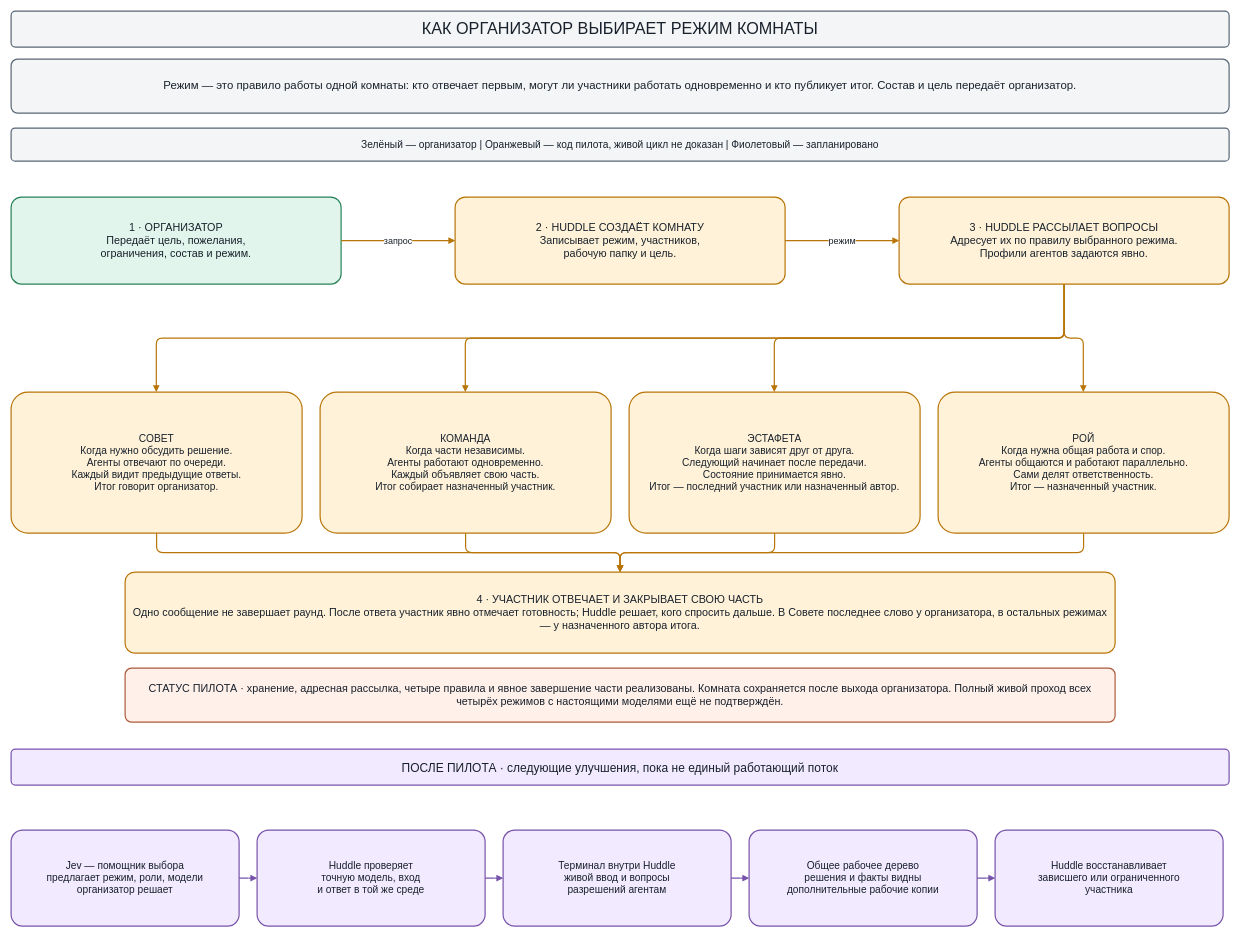
The draw.io diagram page "2 · Четыре режима и развитие" (2 of 2) of research/huddle-flow-20260923.drawio in kolotovalexander/mcp-huddle, before the edit. Source tidied: cells renumbered, new cells numbered last; positions are measured from the earlier drawing's top-left corner, leaving out a move shared by most shapes. Both pictures are drawn from the tidied source at 60%, with x=0, y=0 at pixel (11, 11).
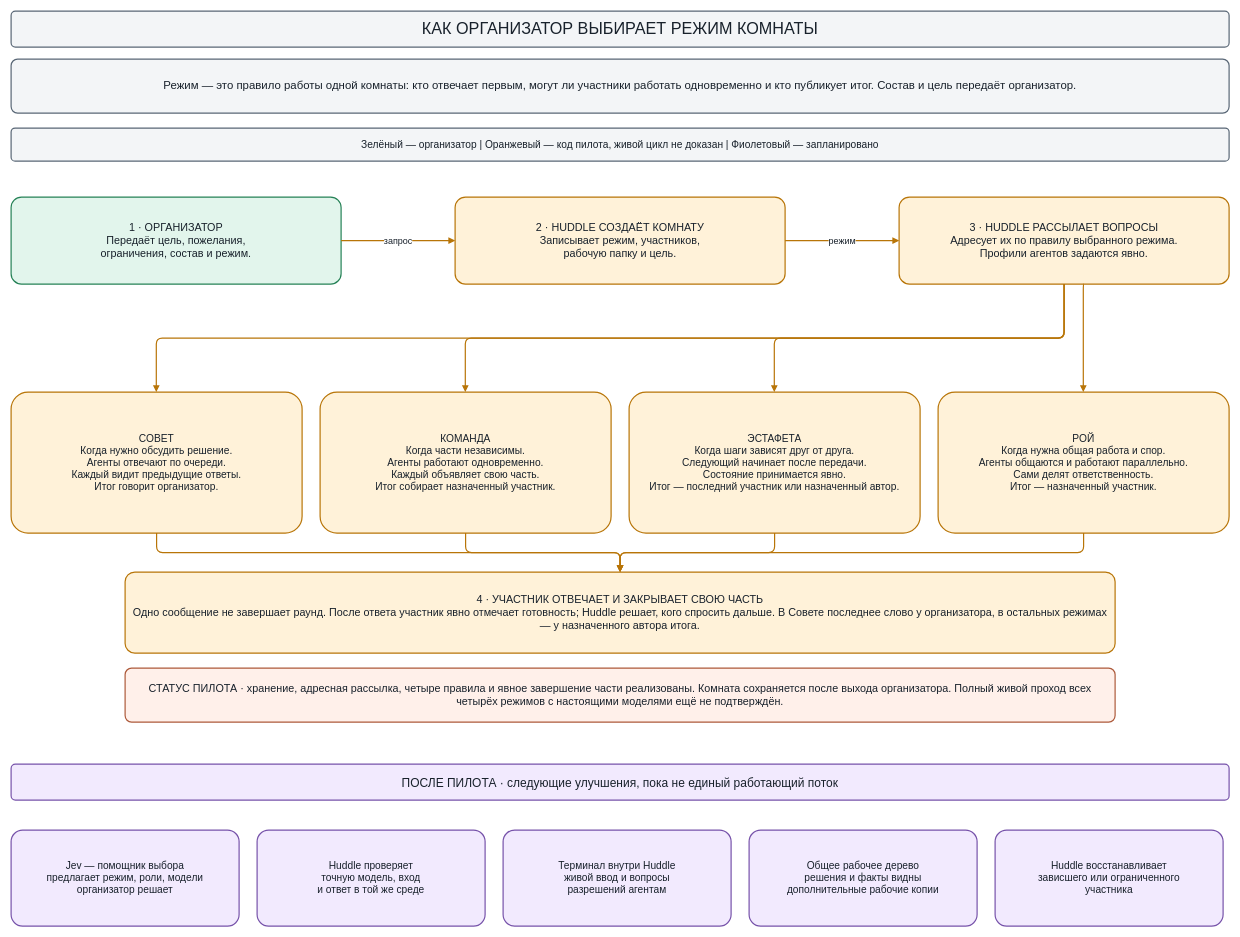
The same page after the edit.

The change refers to these unchanged cells:
```xml
<mxCell id="7" value="3 · HUDDLE РАССЫЛАЕТ ВОПРОСЫ&lt;br&gt;Адресует их по правилу выбранного режима.&lt;br&gt;Профили агентов задаются явно." style="rounded=1;arcSize=12;whiteSpace=wrap;html=1;fillColor=#FFF2D9;strokeColor=#B87508;strokeWidth=2;fontColor=#18212B;fontSize=18;fontFamily=Arial;align=center;verticalAlign=middle;spacing=12;" parent="1" vertex="1">
  <mxGeometry x="1480" y="310" width="550" height="145" as="geometry" />
</mxCell>
<mxCell id="16" value="РОЙ&lt;br&gt;Когда нужна общая работа и спор.&lt;br&gt;Агенты общаются и работают параллельно.&lt;br&gt;Сами делят ответственность.&lt;br&gt;Итог — назначенный участник." style="rounded=1;arcSize=12;whiteSpace=wrap;html=1;fillColor=#FFF2D9;strokeColor=#B87508;strokeWidth=2;fontColor=#18212B;fontSize=17;fontFamily=Arial;align=center;verticalAlign=middle;spacing=12;" parent="1" vertex="1">
  <mxGeometry x="1545" y="635" width="485" height="235" as="geometry" />
</mxCell>
<mxCell id="25" value="Jev — помощник выбора&lt;br&gt;предлагает режим, роли, модели&lt;br&gt;организатор решает" style="rounded=1;arcSize=12;whiteSpace=wrap;html=1;fillColor=#F2EAFE;strokeColor=#7753AA;strokeWidth=2;fontColor=#18212B;fontSize=17;fontFamily=Arial;align=center;verticalAlign=middle;spacing=12;" parent="1" vertex="1">
  <mxGeometry y="1365" width="380" height="160" as="geometry" />
</mxCell>
<mxCell id="26" value="Huddle проверяет&lt;br&gt;точную модель, вход&lt;br&gt;и ответ в той же среде" style="rounded=1;arcSize=12;whiteSpace=wrap;html=1;fillColor=#F2EAFE;strokeColor=#7753AA;strokeWidth=2;fontColor=#18212B;fontSize=17;fontFamily=Arial;align=center;verticalAlign=middle;spacing=12;" parent="1" vertex="1">
  <mxGeometry x="410" y="1365" width="380" height="160" as="geometry" />
</mxCell>
<mxCell id="28" value="Терминал внутри Huddle&lt;br&gt;живой ввод и вопросы&lt;br&gt;разрешений агентам" style="rounded=1;arcSize=12;whiteSpace=wrap;html=1;fillColor=#F2EAFE;strokeColor=#7753AA;strokeWidth=2;fontColor=#18212B;fontSize=17;fontFamily=Arial;align=center;verticalAlign=middle;spacing=12;" parent="1" vertex="1">
  <mxGeometry x="820" y="1365" width="380" height="160" as="geometry" />
</mxCell>
<mxCell id="30" value="Общее рабочее дерево&lt;br&gt;решения и факты видны&lt;br&gt;дополнительные рабочие копии" style="rounded=1;arcSize=12;whiteSpace=wrap;html=1;fillColor=#F2EAFE;strokeColor=#7753AA;strokeWidth=2;fontColor=#18212B;fontSize=17;fontFamily=Arial;align=center;verticalAlign=middle;spacing=12;" parent="1" vertex="1">
  <mxGeometry x="1230" y="1365" width="380" height="160" as="geometry" />
</mxCell>
<mxCell id="32" value="Huddle восстанавливает&lt;br&gt;зависшего или ограниченного&lt;br&gt;участника" style="rounded=1;arcSize=12;whiteSpace=wrap;html=1;fillColor=#F2EAFE;strokeColor=#7753AA;strokeWidth=2;fontColor=#18212B;fontSize=17;fontFamily=Arial;align=center;verticalAlign=middle;spacing=12;" parent="1" vertex="1">
  <mxGeometry x="1640" y="1365" width="380" height="160" as="geometry" />
</mxCell>
```

Change to the diagram source:
```diff
@@
-    <mxCell id="17" style="edgeStyle=orthogonalEdgeStyle;rounded=1;jettySize=auto;html=1;strokeColor=#B87508;strokeWidth=2;endArrow=block;endFill=1;fontColor=#18212B;fontSize=15;labelBackgroundColor=#FFFFFF;" parent="1" edge="1" source="7" target="16">
+    <mxCell id="17" style="exitX=0.56;exitY=1;edgeStyle=orthogonalEdgeStyle;rounded=1;jettySize=auto;html=1;strokeColor=#B87508;strokeWidth=2;endArrow=block;endFill=1;fontColor=#18212B;fontSize=15;labelBackgroundColor=#FFFFFF;" parent="1" edge="1" source="7" target="16">
       <mxGeometry relative="1" as="geometry">
         <Array as="points">
-          <mxPoint x="1755" y="545" />
+          <mxPoint x="1787" y="545" />
           <mxPoint x="1787" y="545" />
         </Array>
       </mxGeometry>
     </mxCell>
@@
     <mxCell id="24" value="ПОСЛЕ ПИЛОТА · следующие улучшения, пока не единый работающий поток" style="rounded=1;arcSize=12;whiteSpace=wrap;html=1;fillColor=#F2EAFE;strokeColor=#7753AA;strokeWidth=2;fontColor=#18212B;fontSize=20;fontFamily=Arial;align=center;verticalAlign=middle;spacing=12;" parent="1" vertex="1">
-      <mxGeometry y="1230" width="2030" height="60" as="geometry" />
+      <mxGeometry y="1255" width="2030" height="60" as="geometry" />
     </mxCell>
@@
-    <mxCell id="27" style="edgeStyle=orthogonalEdgeStyle;rounded=1;jettySize=auto;html=1;strokeColor=#7753AA;strokeWidth=2;endArrow=block;endFill=1;fontColor=#18212B;fontSize=15;labelBackgroundColor=#FFFFFF;dashed=1;dashPattern=8 5;" parent="1" edge="1" source="25" target="26">
-      <mxGeometry relative="1" as="geometry" />
-    </mxCell>
@@
-    <mxCell id="29" style="edgeStyle=orthogonalEdgeStyle;rounded=1;jettySize=auto;html=1;strokeColor=#7753AA;strokeWidth=2;endArrow=block;endFill=1;fontColor=#18212B;fontSize=15;labelBackgroundColor=#FFFFFF;dashed=1;dashPattern=8 5;" parent="1" edge="1" source="26" target="28">
-      <mxGeometry relative="1" as="geometry" />
-    </mxCell>
@@
-    <mxCell id="31" style="edgeStyle=orthogonalEdgeStyle;rounded=1;jettySize=auto;html=1;strokeColor=#7753AA;strokeWidth=2;endArrow=block;endFill=1;fontColor=#18212B;fontSize=15;labelBackgroundColor=#FFFFFF;dashed=1;dashPattern=8 5;" parent="1" edge="1" source="28" target="30">
-      <mxGeometry relative="1" as="geometry" />
-    </mxCell>
@@
-    <mxCell id="33" style="edgeStyle=orthogonalEdgeStyle;rounded=1;jettySize=auto;html=1;strokeColor=#7753AA;strokeWidth=2;endArrow=block;endFill=1;fontColor=#18212B;fontSize=15;labelBackgroundColor=#FFFFFF;dashed=1;dashPattern=8 5;" parent="1" edge="1" source="30" target="32">
-      <mxGeometry relative="1" as="geometry" />
-    </mxCell>
```
